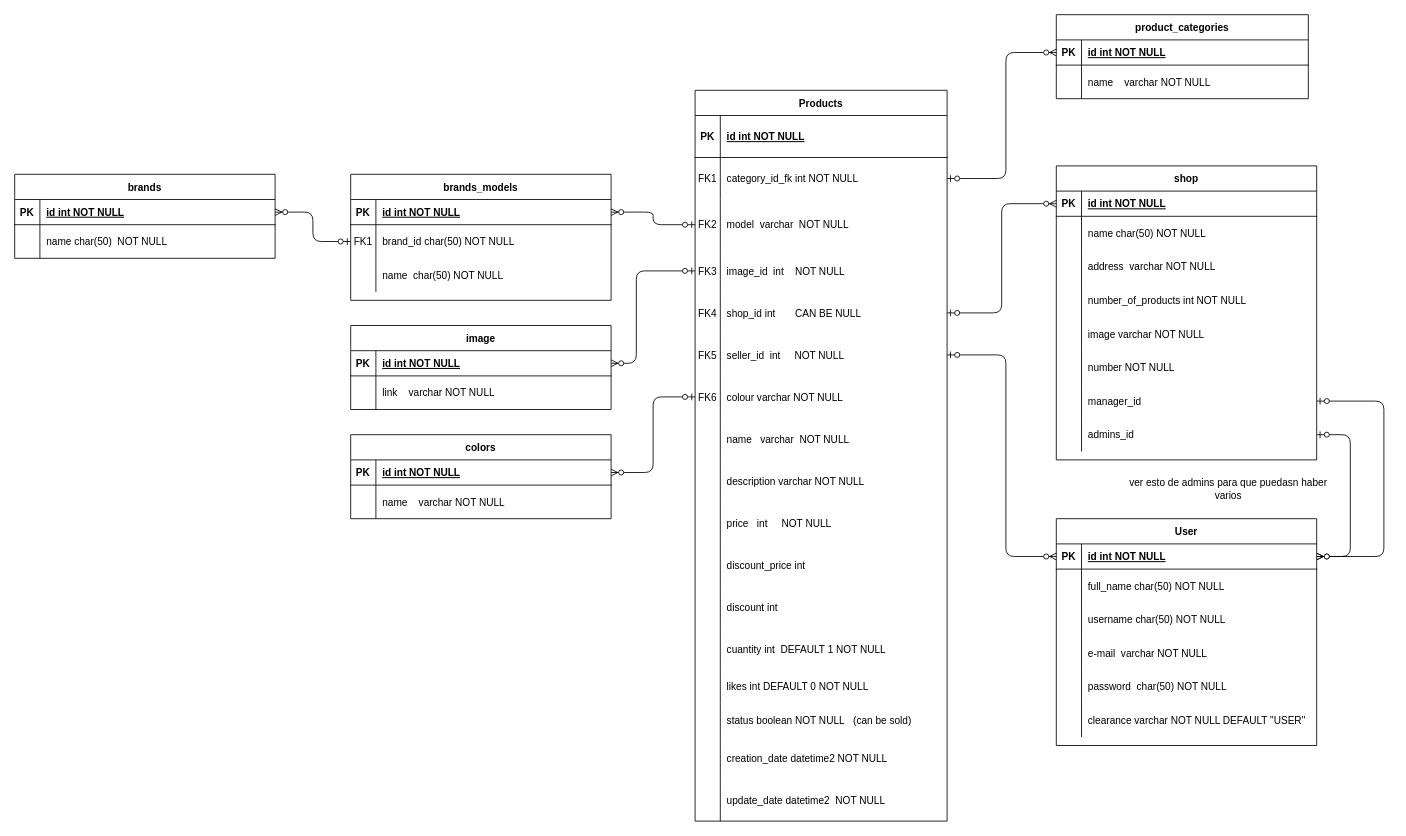
MateoRojas2208/grupo_4_TrueTech keeps this draw.io diagram as src/data/Sprint6BaseDeDatos.drawio. Above is the earlier version. Source tidied: cells renumbered, new cells numbered last; positions are measured from the earlier drawing's top-left corner, leaving out a move shared by most shapes. Both pictures are drawn from the tidied source at 84%, with x=0, y=0 at pixel (14, 14).
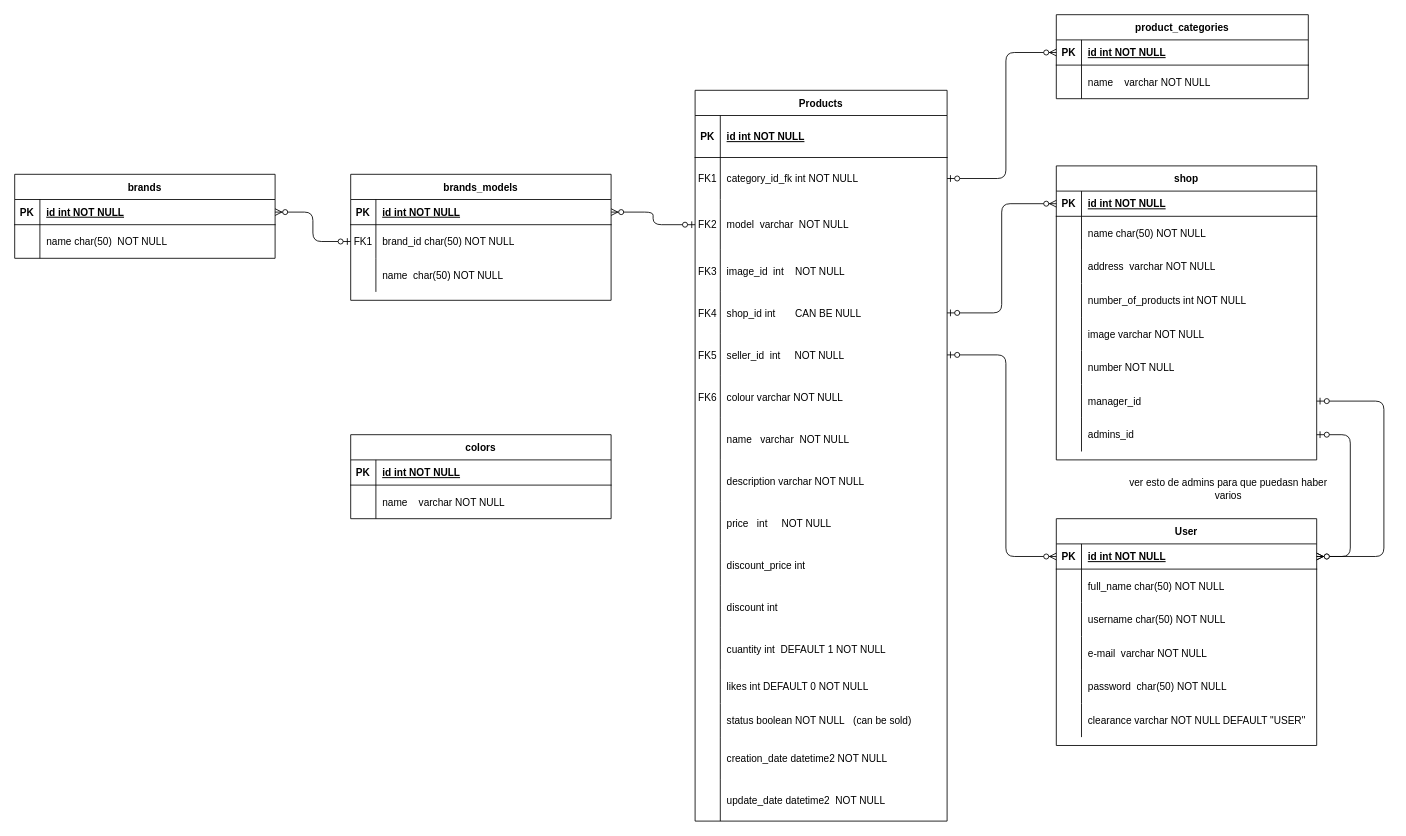
After the change.

Commit message (it also covers changes not shown here):
base de datos (version 2) hecha, proximo  hacer lo de mysql

The change refers to these unchanged cells:
```xml
<mxCell id="22" style="shape=partialRectangle;fillColor=none;points=[[0,0.5],[1,0.5]];portConstraint=eastwest;top=0;left=0;right=0;bottom=0;" parent="12" vertex="1">
  <mxGeometry y="190" width="300" height="50" as="geometry" />
</mxCell>
<mxCell id="31" style="shape=partialRectangle;fillColor=none;points=[[0,0.5],[1,0.5]];portConstraint=eastwest;top=0;left=0;right=0;bottom=0;" parent="12" vertex="1">
  <mxGeometry y="340" width="300" height="50" as="geometry" />
</mxCell>
<mxCell id="139" style="shape=partialRectangle;fillColor=none;points=[[0,0.5],[1,0.5]];portConstraint=eastwest;top=0;left=0;right=0;bottom=1;" parent="138" vertex="1">
  <mxGeometry y="30" width="310" height="30" as="geometry" />
</mxCell>
```

Change to the diagram source:
```diff
@@
-    <mxCell id="92" value="image" style="shape=table;startSize=30;childLayout=tableLayout;rowLines=0;fontStyle=1;align=center;" parent="1" vertex="1">
-      <mxGeometry x="400" y="370" width="310" height="100" as="geometry" />
-    </mxCell>
-    <mxCell id="93" style="shape=partialRectangle;fillColor=none;points=[[0,0.5],[1,0.5]];portConstraint=eastwest;top=0;left=0;right=0;bottom=1;" parent="92" vertex="1">
-      <mxGeometry y="30" width="310" height="30" as="geometry" />
-    </mxCell>
-    <mxCell id="94" value="PK" style="shape=partialRectangle;overflow=hidden;fillColor=none;top=0;left=0;bottom=0;right=0;fontStyle=1;" parent="93" vertex="1">
-      <mxGeometry width="30" height="30" as="geometry" />
-    </mxCell>
-    <mxCell id="95" value="id int NOT NULL " style="shape=partialRectangle;overflow=hidden;fillColor=none;top=0;left=0;bottom=0;right=0;align=left;spacingLeft=6;fontStyle=5;" parent="93" vertex="1">
-      <mxGeometry x="30" width="280" height="30" as="geometry" />
-    </mxCell>
-    <mxCell id="96" style="shape=partialRectangle;fillColor=none;top=0;left=0;right=0;bottom=0;" parent="92" vertex="1">
-      <mxGeometry y="60" width="310" height="40" as="geometry" />
-    </mxCell>
-    <mxCell id="97" style="shape=partialRectangle;overflow=hidden;fillColor=none;top=0;left=0;bottom=0;right=0;" parent="96" vertex="1">
-      <mxGeometry width="30" height="40" as="geometry" />
-    </mxCell>
-    <mxCell id="98" value="link    varchar NOT NULL" style="shape=partialRectangle;overflow=hidden;fillColor=none;top=0;left=0;bottom=0;right=0;align=left;spacingLeft=6;" parent="96" vertex="1">
-      <mxGeometry x="30" width="280" height="40" as="geometry" />
-    </mxCell>
-    <mxCell id="99" style="edgeStyle=elbowEdgeStyle;fontSize=12;html=1;endArrow=ERzeroToMany;startArrow=ERzeroToOne;entryX=1;entryY=0.5;entryDx=0;entryDy=0;exitX=0;exitY=0.5;exitDx=0;exitDy=0;" parent="1" edge="1" source="22" target="93">
-      <mxGeometry relative="1" as="geometry">
-        <Array as="points">
-          <mxPoint x="740" y="380" />
-        </Array>
-      </mxGeometry>
-    </mxCell>
@@
-    <mxCell id="145" style="edgeStyle=elbowEdgeStyle;fontSize=12;html=1;endArrow=ERzeroToMany;startArrow=ERzeroToOne;entryX=1;entryY=0.5;entryDx=0;entryDy=0;exitX=0;exitY=0.5;exitDx=0;exitDy=0;" parent="1" edge="1" source="31" target="139">
-      <mxGeometry relative="1" as="geometry">
-        <Array as="points">
-          <mxPoint x="760" y="530" />
-        </Array>
-      </mxGeometry>
-    </mxCell>
```
